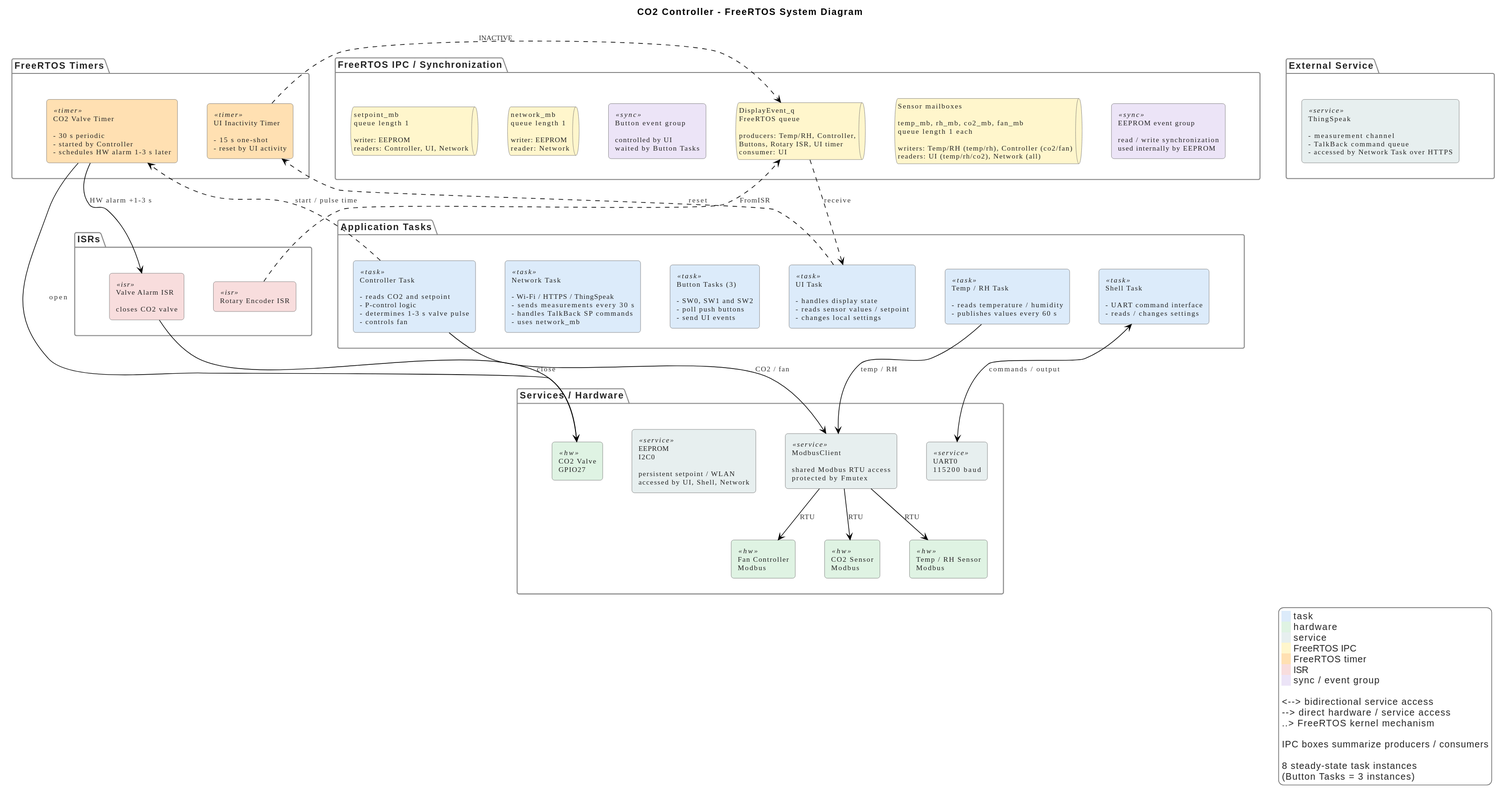
Above: diagrams/out/system_diagram_final/system_diagram_final.svg in aleksanteril/YetAnotherGreenhouseController (PlantUML), before the change.
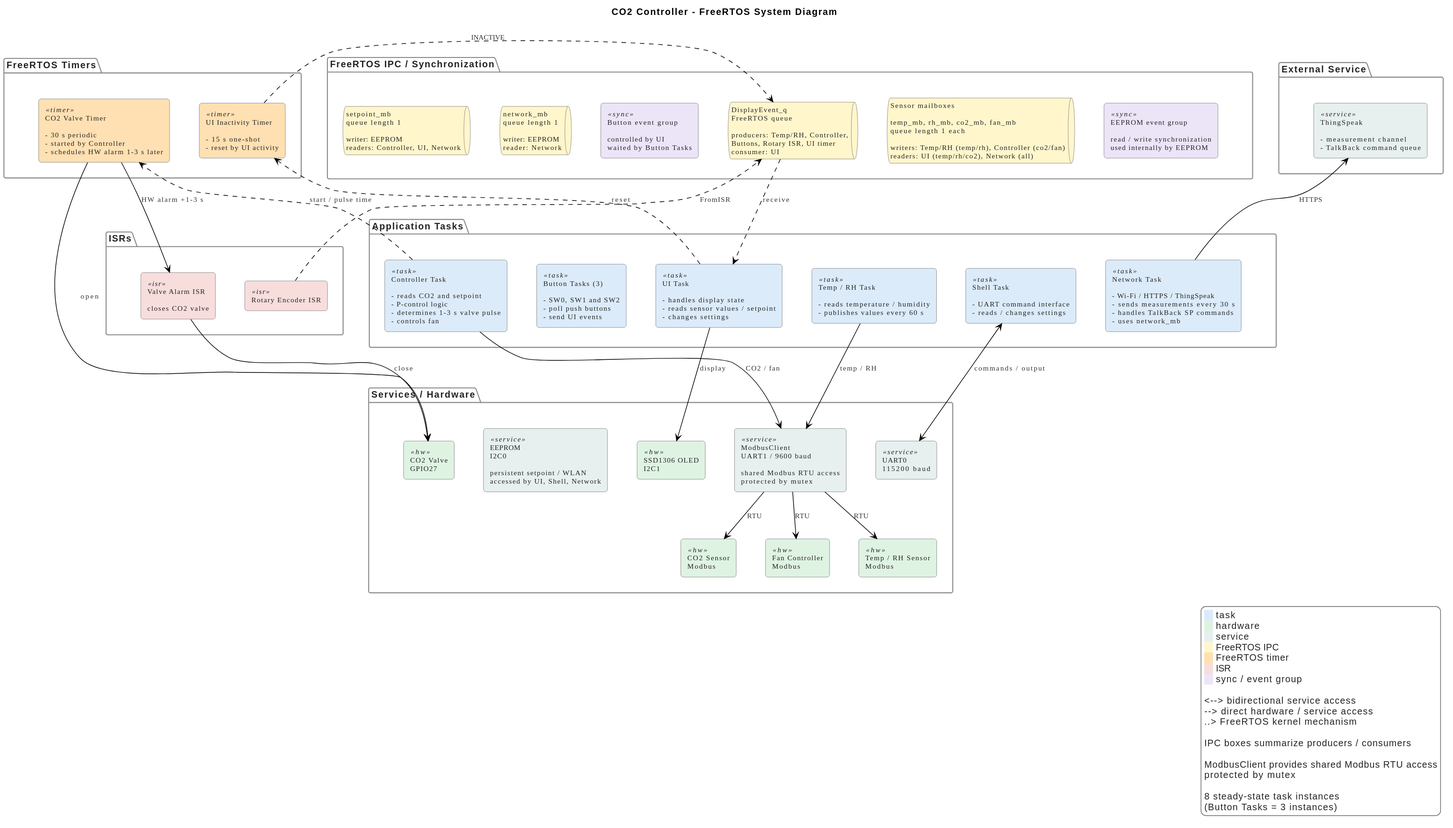
After the commit.

Commit message:
added display to hw, realigned network task and simplified diagram further

The edit, as a diff of the source:
```diff
@@ -81,18 +81,18 @@
 
 package "External Service" as EXTERNAL {
 
-    rectangle "ThingSpeak\n\n- measurement channel\n- TalkBack command queue\n- accessed by Network Task over HTTPS" as THINGSPEAK <<service>>
+    rectangle "ThingSpeak\n\n- measurement channel\n- TalkBack command queue" as THINGSPEAK <<service>>
 }
 
 
 
 package "ISRs" as ISRS {
 
+    rectangle "Valve Alarm ISR\n\ncloses CO2 valve" as VALVE_ISR <<isr>>
+
     rectangle "Rotary Encoder ISR" as ROT_ISR <<isr>>
 
-    rectangle "Valve Alarm ISR\n\ncloses CO2 valve" as VALVE_ISR <<isr>>
-
-    ROT_ISR -[hidden]right-> VALVE_ISR
+    VALVE_ISR -[hidden]right-> ROT_ISR
 }
 
 
@@ -101,21 +101,21 @@
 
     rectangle "Controller Task\n\n- reads CO2 and setpoint\n- P-control logic\n- determines 1-3 s valve pulse\n- controls fan" as CTRL_TASK <<task>>
 
-    rectangle "Network Task\n\n- Wi-Fi / HTTPS / ThingSpeak\n- sends measurements every 30 s\n- handles TalkBack SP commands\n- uses network_mb" as NETWORK_TASK <<task>>
-
     rectangle "Button Tasks (3)\n\n- SW0, SW1 and SW2\n- poll push buttons\n- send UI events" as BUTTON_TASKS <<task>>
 
-    rectangle "UI Task\n\n- handles display state\n- reads sensor values / setpoint\n- changes local settings" as UI_TASK <<task>>
+    rectangle "UI Task\n\n- handles display state\n- reads sensor values / setpoint\n- changes settings" as UI_TASK <<task>>
 
     rectangle "Temp / RH Task\n\n- reads temperature / humidity\n- publishes values every 60 s" as TEMP_TASK <<task>>
 
     rectangle "Shell Task\n\n- UART command interface\n- reads / changes settings" as SHELL_TASK <<task>>
 
-    CTRL_TASK -[hidden]right-> NETWORK_TASK
-    NETWORK_TASK -[hidden]right-> BUTTON_TASKS
+    rectangle "Network Task\n\n- Wi-Fi / HTTPS / ThingSpeak\n- sends measurements every 30 s\n- handles TalkBack SP commands\n- uses network_mb" as NETWORK_TASK <<task>>
+
+    CTRL_TASK -[hidden]right-> BUTTON_TASKS
     BUTTON_TASKS -[hidden]right-> UI_TASK
     UI_TASK -[hidden]right-> TEMP_TASK
     TEMP_TASK -[hidden]right-> SHELL_TASK
+    SHELL_TASK -[hidden]right-> NETWORK_TASK
 }
 
 
@@ -124,26 +124,29 @@
 
     rectangle "CO2 Valve\nGPIO27" as VALVE <<hw>>
 
-    rectangle "ModbusClient\n\nshared Modbus RTU access\nprotected by Fmutex" as MODBUS_CLIENT <<service>>
+    rectangle "EEPROM\nI2C0\n\npersistent setpoint / WLAN\naccessed by UI, Shell, Network" as EEPROM <<service>>
 
-    rectangle "EEPROM\nI2C0\n\npersistent setpoint / WLAN\naccessed by UI, Shell, Network" as EEPROM <<service>>
+    rectangle "SSD1306 OLED\nI2C1" as DISPLAY <<hw>>
+
+    rectangle "ModbusClient\nUART1 / 9600 baud\n\nshared Modbus RTU access\nprotected by mutex" as MODBUS_CLIENT <<service>>
 
     rectangle "UART0\n115200 baud" as UART <<service>>
 
+    rectangle "Fan Controller\nModbus" as FAN <<hw>>
+
     rectangle "CO2 Sensor\nModbus" as CO2_SENSOR <<hw>>
-
-    rectangle "Fan Controller\nModbus" as FAN <<hw>>
 
     rectangle "Temp / RH Sensor\nModbus" as TEMP_SENSOR <<hw>>
 
-    VALVE -[hidden]right-> MODBUS_CLIENT
-    MODBUS_CLIENT -[hidden]right-> EEPROM
-    EEPROM -[hidden]right-> UART
+    VALVE -[hidden]right-> EEPROM
+    EEPROM -[hidden]right-> DISPLAY
+    DISPLAY -[hidden]right-> MODBUS_CLIENT
+    MODBUS_CLIENT -[hidden]right-> UART
 
-    MODBUS_CLIENT -[hidden]down-> FAN
+    MODBUS_CLIENT -[hidden]down-> CO2_SENSOR
 
-    CO2_SENSOR -[hidden]right-> FAN
-    FAN -[hidden]right-> TEMP_SENSOR
+    FAN -[hidden]right-> CO2_SENSOR
+    CO2_SENSOR -[hidden]right-> TEMP_SENSOR
 }
 
 
@@ -155,8 +158,6 @@
 IPC -[hidden]down-> TASKS
 TASKS -[hidden]down-> HW
 
-ISRS -[hidden]right-> HW
-
 
 
 SETPOINT_MB -[hidden]down-> CTRL_TASK
@@ -165,7 +166,8 @@
 SENSOR_MB -[hidden]down-> TEMP_TASK
 EEPROM_EG -[hidden]down-> SHELL_TASK
 
-UI_TASK -[hidden]down-> EEPROM
+VALVE_ISR -[hidden]down-> VALVE
+UI_TASK -[hidden]down-> DISPLAY
 TEMP_TASK -[hidden]down-> TEMP_SENSOR
 SHELL_TASK -[hidden]down-> UART
 
@@ -188,9 +190,9 @@
 
 CTRL_TASK ..> VALVE_TIMER : start / pulse time
 
+VALVE_TIMER --> VALVE_ISR : HW alarm +1-3 s
+
 VALVE_TIMER --> VALVE : open
-
-VALVE_TIMER --> VALVE_ISR : HW alarm +1-3 s
 
 VALVE_ISR --> VALVE : close
 
@@ -200,15 +202,19 @@
 
 TEMP_TASK --> MODBUS_CLIENT : temp / RH
 
-MODBUS_CLIENT --> CO2_SENSOR : RTU
+UI_TASK --> DISPLAY : display
+
+SHELL_TASK <--> UART : commands / output
 
 MODBUS_CLIENT --> FAN : RTU
+
+MODBUS_CLIENT --> CO2_SENSOR : RTU
 
 MODBUS_CLIENT --> TEMP_SENSOR : RTU
 
 
 
-SHELL_TASK <--> UART : commands / output
+NETWORK_TASK -up-> THINGSPEAK : HTTPS
 
 
 
@@ -227,6 +233,9 @@
 
   IPC boxes summarize producers / consumers
 
+  ModbusClient provides shared Modbus RTU access
+  protected by mutex
+
   8 steady-state task instances
   (Button Tasks = 3 instances)
 endlegend
```
